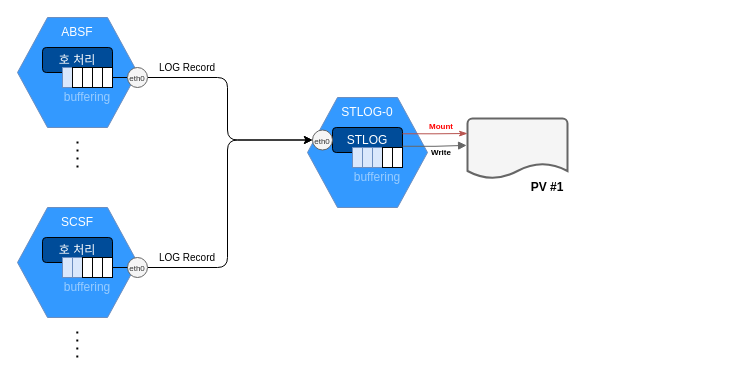
Before: ST-POD.drawio in JaeHyeon774/NEWTIL, a draw.io diagram. Source tidied: cells renumbered, new cells numbered last; positions are measured from the earlier drawing's top-left corner, leaving out a move shared by most shapes. Both pictures are drawn from the tidied source at 100%, with x=0, y=0 at pixel (17, 17).
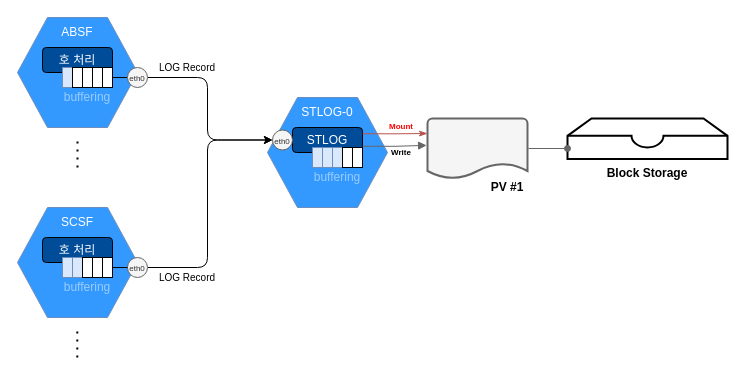
Above is the later version.

Unchanged cells that the change refers to:
```xml
<mxCell id="35" value="&lt;font style=&quot;font-size: 8px;&quot;&gt;eth0&lt;/font&gt;" style="ellipse;whiteSpace=wrap;html=1;fillColor=#f5f5f5;fontColor=#333333;strokeColor=#666666;" parent="24" vertex="1">
  <mxGeometry x="5" y="32.5" width="20" height="20" as="geometry" />
</mxCell>
<mxCell id="40" value="&lt;font style=&quot;font-size: 8px;&quot;&gt;eth0&lt;/font&gt;" style="ellipse;whiteSpace=wrap;html=1;fillColor=#f5f5f5;fontColor=#333333;strokeColor=#666666;" parent="1" vertex="1">
  <mxGeometry x="110" y="50" width="20" height="20" as="geometry" />
</mxCell>
<mxCell id="43" value="&lt;font style=&quot;font-size: 8px;&quot;&gt;eth0&lt;/font&gt;" style="ellipse;whiteSpace=wrap;html=1;fillColor=#f5f5f5;fontColor=#333333;strokeColor=#666666;" parent="1" vertex="1">
  <mxGeometry x="110" y="240" width="20" height="20" as="geometry" />
</mxCell>
```

The edit, as a diff of the source:
```diff
@@
     <mxCell id="24" style="group;" parent="1" vertex="1">
-      <mxGeometry x="290" y="80" width="120" height="110" as="geometry" />
+      <mxGeometry x="250" y="80" width="120" height="110" as="geometry" />
     </mxCell>
@@
-    <mxCell id="38" style="edgeStyle=orthogonalEdgeStyle;rounded=1;jettySize=auto;html=1;exitX=1;exitY=0.5;exitDx=0;exitDy=0;entryX=0;entryY=0.5;entryDx=0;entryDy=0;curved=0;" parent="1" edge="1" source="40" target="35">
+    <mxCell id="38" style="edgeStyle=orthogonalEdgeStyle;rounded=1;jettySize=auto;html=1;exitX=1;exitY=0.5;exitDx=0;exitDy=0;curved=0;entryX=0;entryY=0.5;entryDx=0;entryDy=0;" parent="1" edge="1" source="40" target="35">
       <mxGeometry relative="1" as="geometry">
         <Array as="points">
-          <mxPoint x="210" y="60" />
-          <mxPoint x="210" y="123" />
-          <mxPoint x="295" y="123" />
+          <mxPoint x="190" y="60" />
+          <mxPoint x="190" y="123" />
+          <mxPoint x="255" y="123" />
         </Array>
       </mxGeometry>
     </mxCell>
@@
-    <mxCell id="42" style="edgeStyle=orthogonalEdgeStyle;rounded=1;jettySize=auto;html=1;exitX=1;exitY=0.5;exitDx=0;exitDy=0;entryX=0;entryY=0.5;entryDx=0;entryDy=0;curved=0;" parent="1" edge="1" source="43" target="35">
+    <mxCell id="42" style="edgeStyle=orthogonalEdgeStyle;rounded=1;jettySize=auto;html=1;exitX=1;exitY=0.5;exitDx=0;exitDy=0;curved=0;entryX=0;entryY=0.5;entryDx=0;entryDy=0;" parent="1" edge="1" source="43" target="35">
       <mxGeometry relative="1" as="geometry">
         <Array as="points">
-          <mxPoint x="210" y="250" />
-          <mxPoint x="210" y="123" />
-          <mxPoint x="295" y="123" />
+          <mxPoint x="190" y="250" />
+          <mxPoint x="190" y="123" />
+          <mxPoint x="255" y="123" />
         </Array>
       </mxGeometry>
     </mxCell>
@@
     <mxCell id="44" value="&lt;font style=&quot;font-size: 10px;&quot;&gt;LOG Record&lt;/font&gt;" style="text;html=1;align=center;verticalAlign=middle;whiteSpace=wrap;rounded=0;" parent="1" vertex="1">
-      <mxGeometry x="140" y="230" width="60" height="20" as="geometry" />
+      <mxGeometry x="140" y="250" width="60" height="20" as="geometry" />
     </mxCell>
@@
     <mxCell id="46" style="strokeWidth=2;html=1;shape=mxgraph.flowchart.document2;whiteSpace=wrap;size=0.25;fillColor=#f5f5f5;fontColor=#333333;strokeColor=#666666;" parent="1" vertex="1">
-      <mxGeometry x="450" y="101" width="100" height="60" as="geometry" />
+      <mxGeometry x="410" y="101" width="100" height="60" as="geometry" />
     </mxCell>
     <mxCell id="47" value="&lt;b&gt;PV #1&lt;/b&gt;" style="text;html=1;align=center;verticalAlign=middle;whiteSpace=wrap;rounded=0;" parent="1" vertex="1">
-      <mxGeometry x="510" y="160" width="40" height="20" as="geometry" />
+      <mxGeometry x="470" y="160" width="40" height="20" as="geometry" />
     </mxCell>
@@
     <mxCell id="50" value="&lt;font style=&quot;font-size: 8px; color: rgb(255, 0, 0);&quot;&gt;&lt;b&gt;Mount&lt;/b&gt;&lt;/font&gt;" style="text;html=1;align=center;verticalAlign=middle;whiteSpace=wrap;rounded=0;" parent="1" vertex="1">
-      <mxGeometry x="409" y="103" width="30" height="10" as="geometry" />
+      <mxGeometry x="369" y="103" width="30" height="10" as="geometry" />
     </mxCell>
     <mxCell id="51" value="&lt;font style=&quot;font-size: 8px;&quot;&gt;&lt;b&gt;Write&lt;/b&gt;&lt;/font&gt;" style="text;html=1;align=center;verticalAlign=middle;whiteSpace=wrap;rounded=0;" parent="1" vertex="1">
-      <mxGeometry x="409" y="129" width="30" height="10" as="geometry" />
+      <mxGeometry x="369" y="129" width="30" height="10" as="geometry" />
     </mxCell>
+    <mxCell id="52" style="html=1;verticalLabelPosition=bottom;align=center;labelBackgroundColor=#ffffff;verticalAlign=top;strokeWidth=2;strokeColor=#000000;shadow=0;dashed=0;shape=mxgraph.ios7.icons.storage;" parent="1" vertex="1">
+      <mxGeometry x="550" y="101" width="160" height="40.5" as="geometry" />
+    </mxCell>
+    <mxCell id="53" value="&lt;b&gt;Block Storage&lt;/b&gt;" style="text;html=1;align=center;verticalAlign=middle;whiteSpace=wrap;rounded=0;" parent="1" vertex="1">
+      <mxGeometry x="580" y="142.5" width="100" height="27.5" as="geometry" />
+    </mxCell>
+    <mxCell id="54" style="edgeStyle=orthogonalEdgeStyle;rounded=0;jettySize=auto;html=1;strokeColor=#666666;endArrow=oval;endFill=1;entryX=0;entryY=0.741;entryDx=0;entryDy=0;entryPerimeter=0;" parent="1" edge="1" target="52">
+      <mxGeometry relative="1" as="geometry">
+        <mxPoint x="511" y="131" as="sourcePoint" />
+      </mxGeometry>
+    </mxCell>
```
